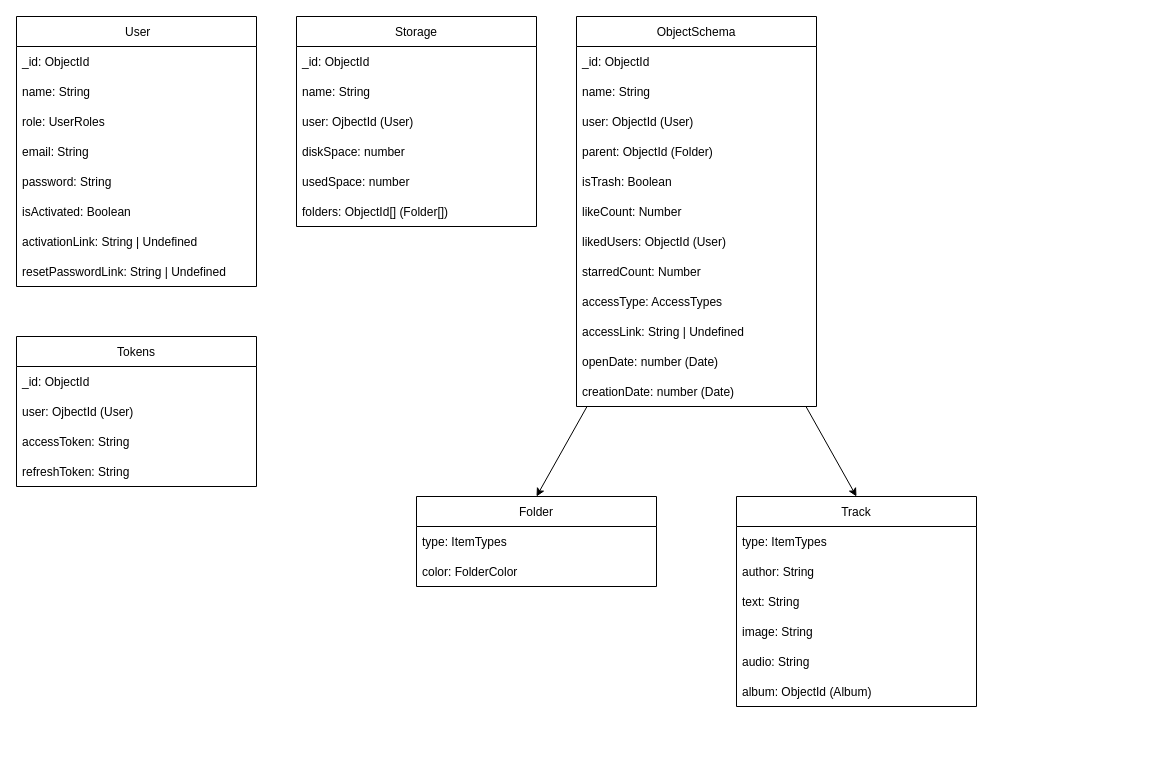
This is page "База данных" (2 of 3) of project.drawio from WheatleyCODE/storage-server, a draw.io file, before an edit. Source tidied: cells renumbered, new cells numbered last; positions are measured from the earlier drawing's top-left corner, leaving out a move shared by most shapes. Both pictures are drawn from the tidied source at 100%, with x=0, y=0 at pixel (16, 16).
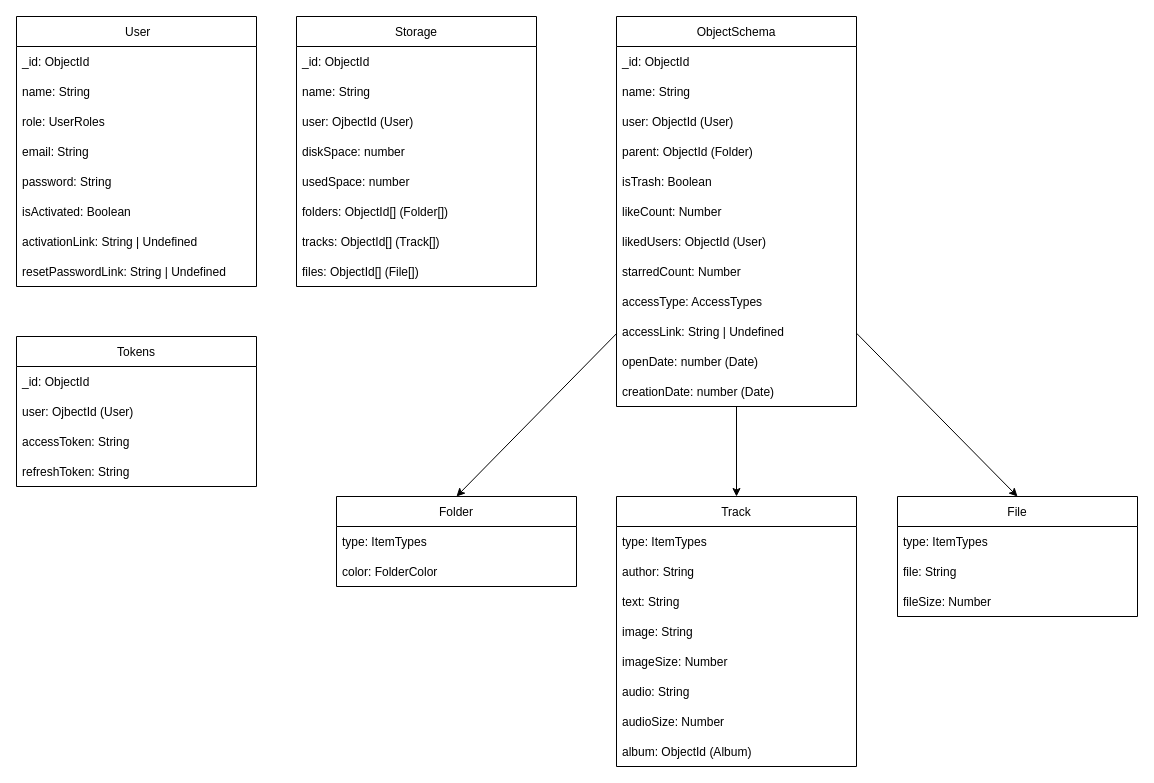
The same diagram, later.

What changed in the source:
```diff
@@
     <mxCell id="11" value="Folder" style="swimlane;fontStyle=0;horizontal=1;startSize=30;" parent="1" vertex="1">
-      <mxGeometry x="400" y="480" width="240" height="90" as="geometry" />
+      <mxGeometry x="320" y="480" width="240" height="90" as="geometry" />
     </mxCell>
@@
     <mxCell id="14" value="Storage" style="swimlane;fontStyle=0;horizontal=1;startSize=30;" parent="1" vertex="1">
-      <mxGeometry x="280" width="240" height="210" as="geometry" />
+      <mxGeometry x="280" width="240" height="270" as="geometry" />
     </mxCell>
@@
+    <mxCell id="48" value="tracks: ObjectId[] (Track[])" style="text;strokeColor=none;fillColor=none;align=left;verticalAlign=middle;spacingLeft=4;spacingRight=4;overflow=hidden;" parent="14" vertex="1">
+      <mxGeometry y="210" width="240" height="30" as="geometry" />
+    </mxCell>
+    <mxCell id="49" value="files: ObjectId[] (File[])" style="text;strokeColor=none;fillColor=none;align=left;verticalAlign=middle;spacingLeft=4;spacingRight=4;overflow=hidden;" parent="14" vertex="1">
+      <mxGeometry y="240" width="240" height="30" as="geometry" />
+    </mxCell>
@@
+    <mxCell id="50" style="edgeStyle=none;html=1;entryX=0.5;entryY=0;entryDx=0;entryDy=0;" parent="1" edge="1" source="28" target="53">
+      <mxGeometry relative="1" as="geometry" />
+    </mxCell>
     <mxCell id="28" value="ObjectSchema" style="swimlane;fontStyle=0;horizontal=1;startSize=30;" parent="1" vertex="1">
-      <mxGeometry x="560" width="240" height="390" as="geometry" />
+      <mxGeometry x="600" width="240" height="390" as="geometry" />
     </mxCell>
@@
     <mxCell id="41" value="Track" style="swimlane;fontStyle=0;horizontal=1;startSize=30;" parent="1" vertex="1">
-      <mxGeometry x="720" y="480" width="240" height="210" as="geometry" />
+      <mxGeometry x="600" y="480" width="240" height="270" as="geometry" />
     </mxCell>
@@
+    <mxCell id="51" value="imageSize: Number" style="text;strokeColor=none;fillColor=none;align=left;verticalAlign=middle;spacingLeft=4;spacingRight=4;overflow=hidden;" parent="41" vertex="1">
+      <mxGeometry y="150" width="240" height="30" as="geometry" />
+    </mxCell>
     <mxCell id="46" value="audio: String" style="text;strokeColor=none;fillColor=none;align=left;verticalAlign=middle;spacingLeft=4;spacingRight=4;overflow=hidden;" parent="41" vertex="1">
-      <mxGeometry y="150" width="240" height="30" as="geometry" />
+      <mxGeometry y="180" width="240" height="30" as="geometry" />
     </mxCell>
+    <mxCell id="52" value="audioSize: Number" style="text;strokeColor=none;fillColor=none;align=left;verticalAlign=middle;spacingLeft=4;spacingRight=4;overflow=hidden;" parent="41" vertex="1">
+      <mxGeometry y="210" width="240" height="30" as="geometry" />
+    </mxCell>
     <mxCell id="47" value="album: ObjectId (Album)" style="text;strokeColor=none;fillColor=none;align=left;verticalAlign=middle;spacingLeft=4;spacingRight=4;overflow=hidden;" parent="41" vertex="1">
-      <mxGeometry y="180" width="240" height="30" as="geometry" />
+      <mxGeometry y="240" width="240" height="30" as="geometry" />
     </mxCell>
+    <mxCell id="53" value="File" style="swimlane;fontStyle=0;horizontal=1;startSize=30;" parent="1" vertex="1">
+      <mxGeometry x="881" y="480" width="240" height="120" as="geometry" />
+    </mxCell>
+    <mxCell id="54" value="type: ItemTypes" style="text;strokeColor=none;fillColor=none;align=left;verticalAlign=middle;spacingLeft=4;spacingRight=4;overflow=hidden;" parent="53" vertex="1">
+      <mxGeometry y="30" width="240" height="30" as="geometry" />
+    </mxCell>
+    <mxCell id="55" value="file: String" style="text;strokeColor=none;fillColor=none;align=left;verticalAlign=middle;spacingLeft=4;spacingRight=4;overflow=hidden;" parent="53" vertex="1">
+      <mxGeometry y="60" width="240" height="30" as="geometry" />
+    </mxCell>
+    <mxCell id="56" value="fileSize: Number" style="text;strokeColor=none;fillColor=none;align=left;verticalAlign=middle;spacingLeft=4;spacingRight=4;overflow=hidden;" parent="53" vertex="1">
+      <mxGeometry y="90" width="240" height="30" as="geometry" />
+    </mxCell>
```
